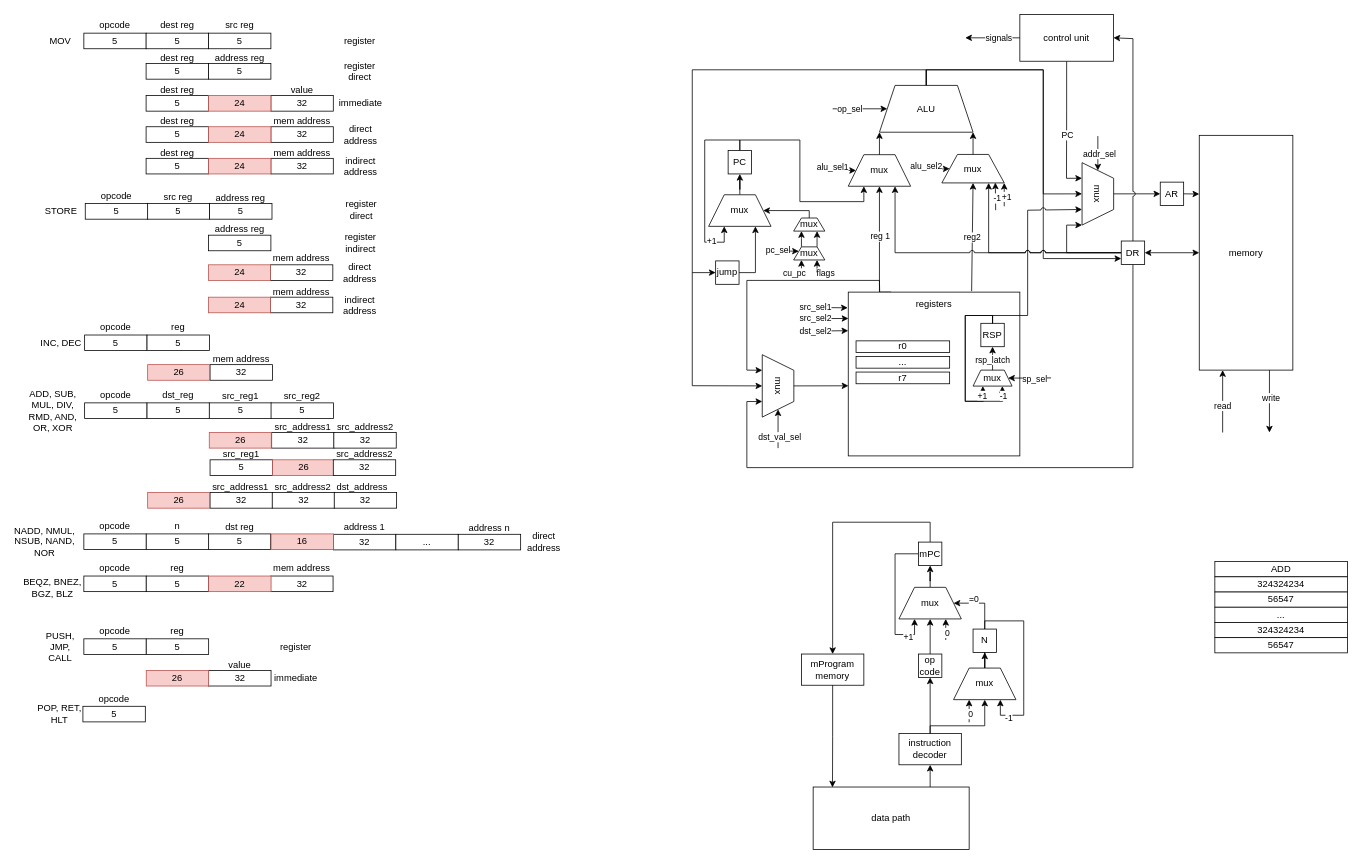
Above: resources/csa_lab4.drawio in vanya9090/csa_lab4 (draw.io), before the change. Source tidied: cells renumbered, new cells numbered last; positions are measured from the earlier drawing's top-left corner, leaving out a move shared by most shapes. Both pictures are drawn from the tidied source at 78%, with x=0, y=0 at pixel (13, 13).
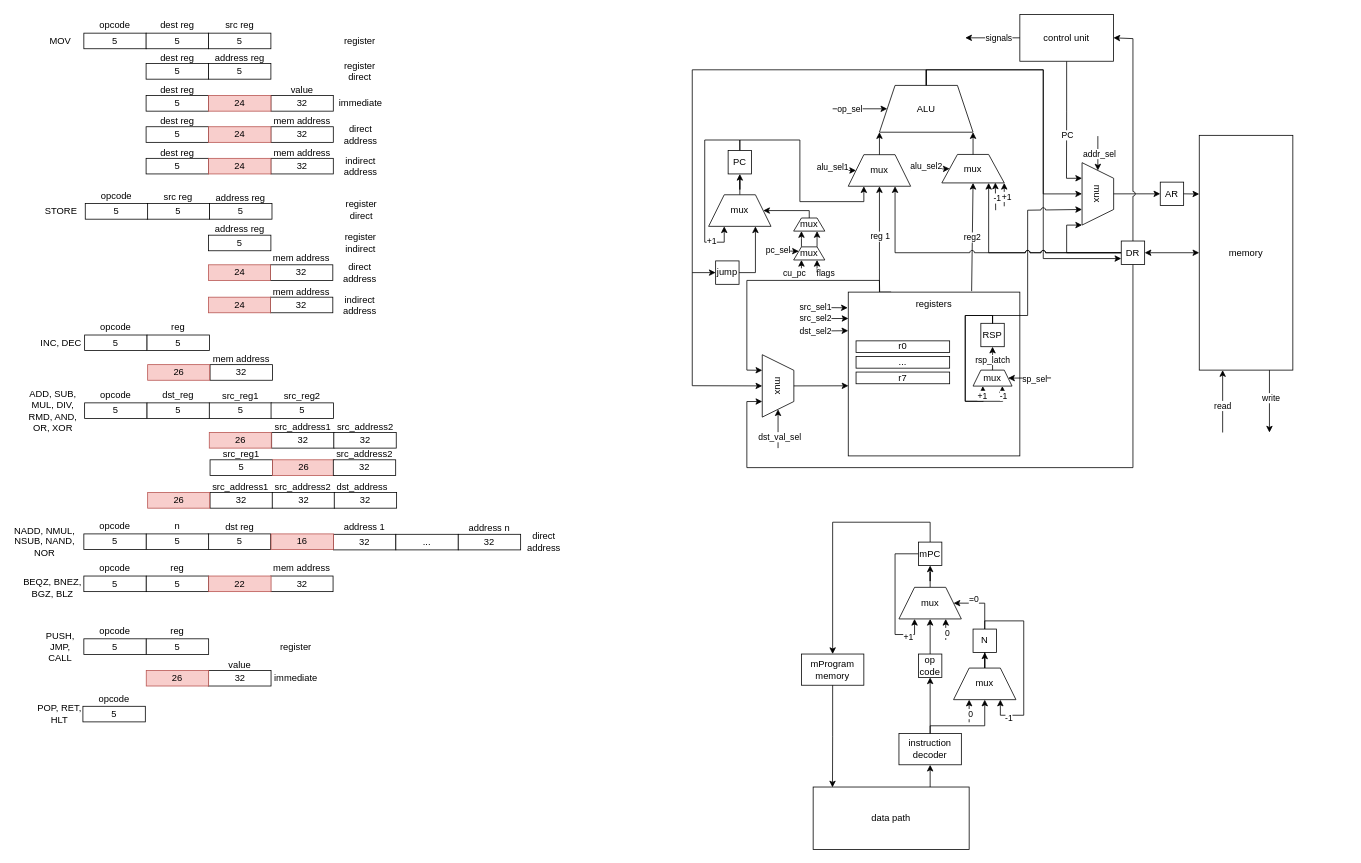
After the change.

What changed in the source:
```diff
@@
-    <mxCell id="186" value="ADD" style="rounded=0;whiteSpace=wrap;html=1;" parent="1" vertex="1">
-      <mxGeometry x="1540" y="702.5" width="170" height="19.5" as="geometry" />
-    </mxCell>
-    <mxCell id="187" value="324324234" style="rounded=0;whiteSpace=wrap;html=1;" parent="1" vertex="1">
-      <mxGeometry x="1540" y="722" width="170" height="19.5" as="geometry" />
-    </mxCell>
-    <mxCell id="188" value="56547" style="rounded=0;whiteSpace=wrap;html=1;" parent="1" vertex="1">
-      <mxGeometry x="1540" y="741.5" width="170" height="19.5" as="geometry" />
-    </mxCell>
-    <mxCell id="189" value="..." style="rounded=0;whiteSpace=wrap;html=1;" parent="1" vertex="1">
-      <mxGeometry x="1540" y="761" width="170" height="19.5" as="geometry" />
-    </mxCell>
-    <mxCell id="190" value="324324234" style="rounded=0;whiteSpace=wrap;html=1;" parent="1" vertex="1">
-      <mxGeometry x="1540" y="780.5" width="170" height="19.5" as="geometry" />
-    </mxCell>
-    <mxCell id="191" value="56547" style="rounded=0;whiteSpace=wrap;html=1;" parent="1" vertex="1">
-      <mxGeometry x="1540" y="800" width="170" height="19.5" as="geometry" />
-    </mxCell>
```
